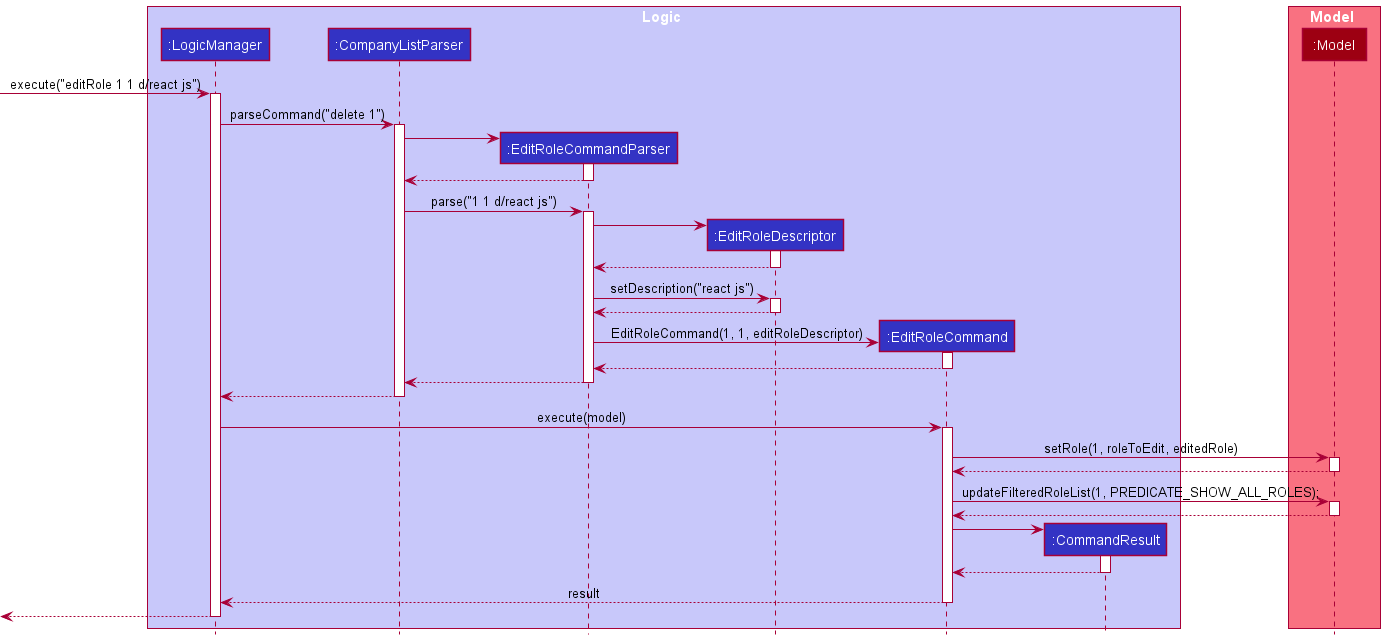
This is docs/images/EditRoleSequenceDiagram.png from nus-cs2103-AY2122S2/tp, a PlantUML export, as it was before one commit.
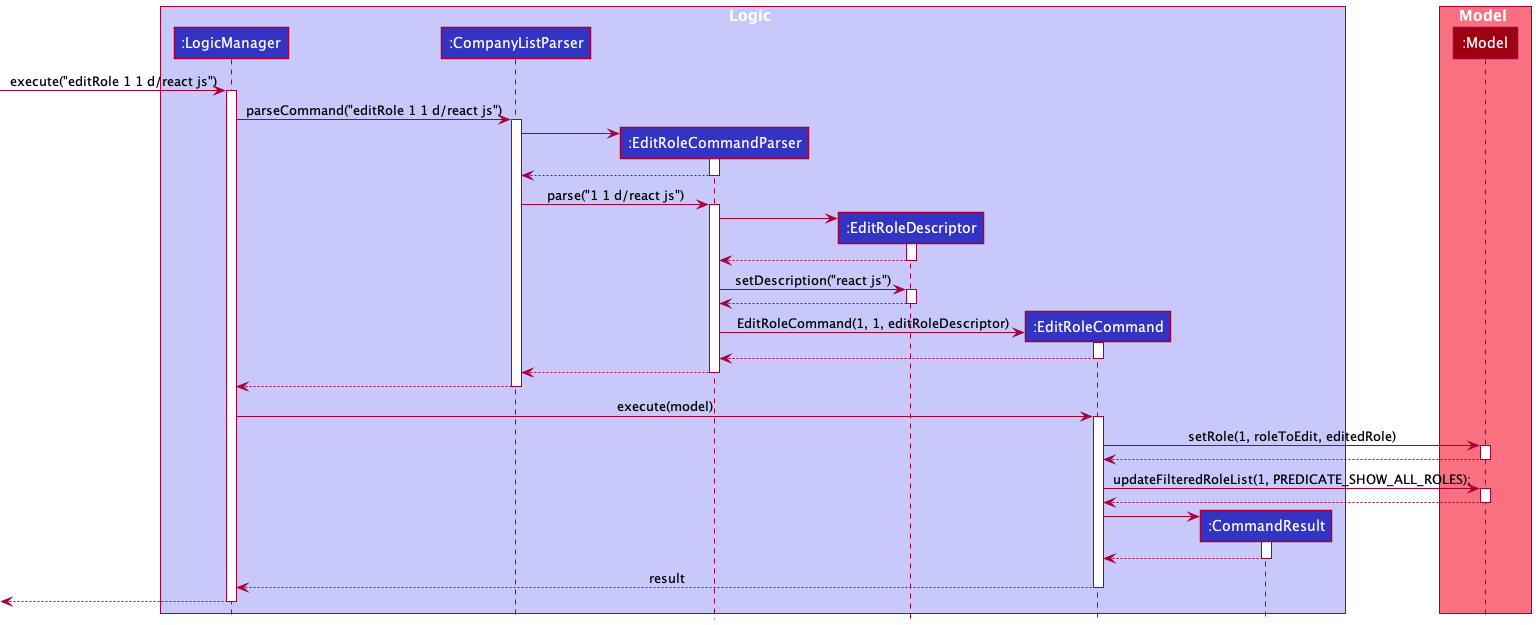
The same file after the commit.

Commit message:
Fix typo in EditRole feature section of DG

Diff of the diagram source:
```diff
@@ -17,7 +17,7 @@
 [-> LogicManager : execute("editRole 1 1 d/react js")
 activate LogicManager
 
-LogicManager ->CompanyListParser : parseCommand("delete 1")
+LogicManager -> CompanyListParser : parseCommand("editRole 1 1 d/react js")
 activate CompanyListParser
 
 create EditRoleCommandParser
```
